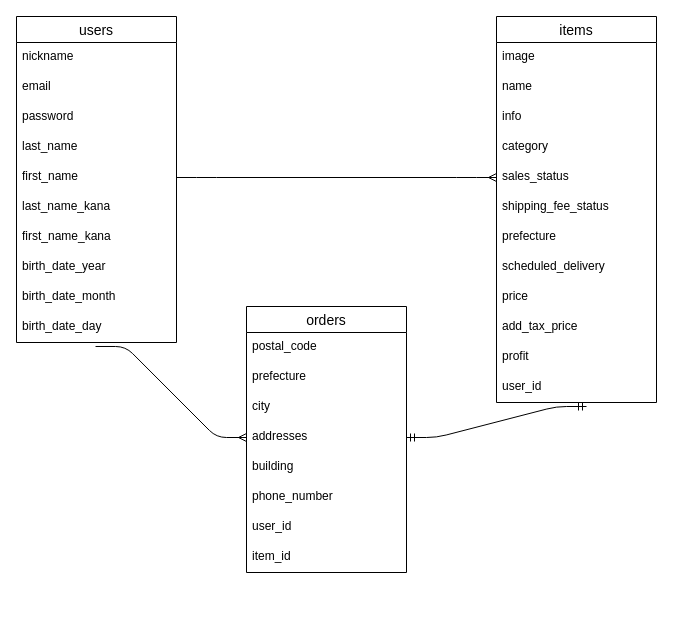
This is er.dio from 24moto/furima-38867, a draw.io file, before an edit. Source tidied: cells renumbered, new cells numbered last; positions are measured from the earlier drawing's top-left corner, leaving out a move shared by most shapes. Both pictures are drawn from the tidied source at 100%, with x=0, y=0 at pixel (16, 16).
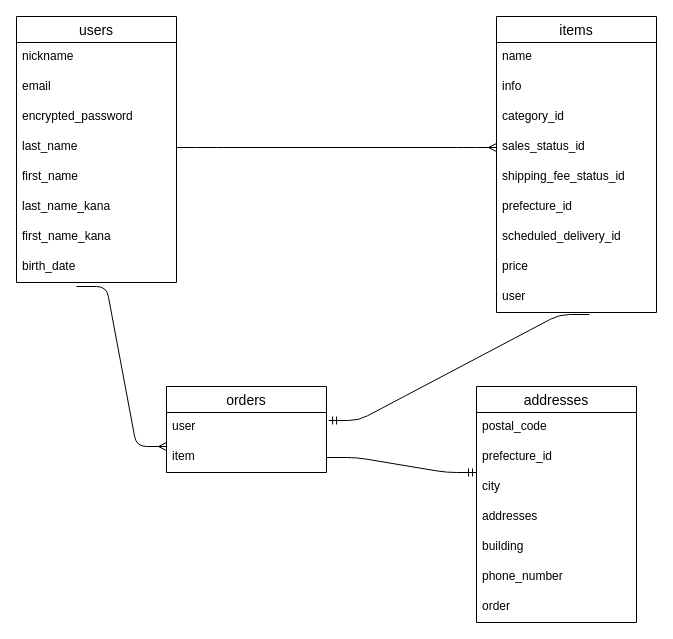
The same page after the edit.

Unchanged cells that the change refers to:
```xml
<mxCell id="6" value="last_name" style="text;strokeColor=none;fillColor=none;spacingLeft=4;spacingRight=4;overflow=hidden;points=[[0,0.5],[1,0.5]];portConstraint=eastwest;fontSize=12;" parent="2" vertex="1">
  <mxGeometry y="116" width="160" height="30" as="geometry" />
</mxCell>
<mxCell id="7" value="first_name" style="text;strokeColor=none;fillColor=none;spacingLeft=4;spacingRight=4;overflow=hidden;points=[[0,0.5],[1,0.5]];portConstraint=eastwest;fontSize=12;" parent="2" vertex="1">
  <mxGeometry y="146" width="160" height="30" as="geometry" />
</mxCell>
```

Change to the diagram source:
```diff
@@
     <mxCell id="2" value="users" style="swimlane;fontStyle=0;horizontal=1;startSize=26;align=center;fontSize=14;" parent="1" vertex="1">
-      <mxGeometry width="160" height="326" as="geometry" />
+      <mxGeometry width="160" height="266" as="geometry" />
     </mxCell>
@@
-    <mxCell id="5" value="password" style="text;strokeColor=none;fillColor=none;spacingLeft=4;spacingRight=4;overflow=hidden;fontSize=12;" parent="2" vertex="1">
+    <mxCell id="5" value="encrypted_password" style="text;strokeColor=none;fillColor=none;spacingLeft=4;spacingRight=4;overflow=hidden;fontSize=12;" parent="2" vertex="1">
       <mxGeometry y="86" width="160" height="30" as="geometry" />
     </mxCell>
@@
-    <mxCell id="10" value="birth_date_year" style="text;strokeColor=none;fillColor=none;spacingLeft=4;spacingRight=4;overflow=hidden;fontSize=12;" parent="2" vertex="1">
+    <mxCell id="10" value="birth_date" style="text;strokeColor=none;fillColor=none;spacingLeft=4;spacingRight=4;overflow=hidden;fontSize=12;" parent="2" vertex="1">
       <mxGeometry y="236" width="160" height="30" as="geometry" />
     </mxCell>
-    <mxCell id="11" value="birth_date_month" style="text;strokeColor=none;fillColor=none;spacingLeft=4;spacingRight=4;overflow=hidden;fontSize=12;" parent="2" vertex="1">
-      <mxGeometry y="266" width="160" height="30" as="geometry" />
-    </mxCell>
-    <mxCell id="12" value="birth_date_day" style="text;strokeColor=none;fillColor=none;spacingLeft=4;spacingRight=4;overflow=hidden;points=[[0,0.5],[1,0.5]];portConstraint=eastwest;fontSize=12;" parent="2" vertex="1">
-      <mxGeometry y="296" width="160" height="30" as="geometry" />
-    </mxCell>
     <mxCell id="13" value="items" style="swimlane;fontStyle=0;horizontal=1;startSize=26;align=center;fontSize=14;" parent="1" vertex="1">
-      <mxGeometry x="480" width="160" height="386" as="geometry" />
+      <mxGeometry x="480" width="160" height="296" as="geometry" />
     </mxCell>
-    <mxCell id="14" value="image" style="text;strokeColor=none;fillColor=none;spacingLeft=4;spacingRight=4;overflow=hidden;fontSize=12;" parent="13" vertex="1">
-      <mxGeometry y="26" width="160" height="30" as="geometry" />
-    </mxCell>
     <mxCell id="15" value="name" style="text;strokeColor=none;fillColor=none;spacingLeft=4;spacingRight=4;overflow=hidden;fontSize=12;" parent="13" vertex="1">
-      <mxGeometry y="56" width="160" height="30" as="geometry" />
+      <mxGeometry y="26" width="160" height="30" as="geometry" />
     </mxCell>
     <mxCell id="16" value="info" style="text;strokeColor=none;fillColor=none;spacingLeft=4;spacingRight=4;overflow=hidden;fontSize=12;" parent="13" vertex="1">
-      <mxGeometry y="86" width="160" height="30" as="geometry" />
+      <mxGeometry y="56" width="160" height="30" as="geometry" />
     </mxCell>
-    <mxCell id="17" value="category" style="text;strokeColor=none;fillColor=none;spacingLeft=4;spacingRight=4;overflow=hidden;fontSize=12;" parent="13" vertex="1">
-      <mxGeometry y="116" width="160" height="30" as="geometry" />
+    <mxCell id="17" value="category_id" style="text;strokeColor=none;fillColor=none;spacingLeft=4;spacingRight=4;overflow=hidden;fontSize=12;" parent="13" vertex="1">
+      <mxGeometry y="86" width="160" height="30" as="geometry" />
     </mxCell>
-    <mxCell id="18" value="sales_status" style="text;strokeColor=none;fillColor=none;spacingLeft=4;spacingRight=4;overflow=hidden;points=[[0,0.5],[1,0.5]];portConstraint=eastwest;fontSize=12;" parent="13" vertex="1">
-      <mxGeometry y="146" width="160" height="30" as="geometry" />
+    <mxCell id="18" value="sales_status_id" style="text;strokeColor=none;fillColor=none;spacingLeft=4;spacingRight=4;overflow=hidden;points=[[0,0.5],[1,0.5]];portConstraint=eastwest;fontSize=12;" parent="13" vertex="1">
+      <mxGeometry y="116" width="160" height="30" as="geometry" />
     </mxCell>
-    <mxCell id="19" value="shipping_fee_status" style="text;strokeColor=none;fillColor=none;spacingLeft=4;spacingRight=4;overflow=hidden;fontSize=12;" parent="13" vertex="1">
-      <mxGeometry y="176" width="160" height="30" as="geometry" />
+    <mxCell id="19" value="shipping_fee_status_id" style="text;strokeColor=none;fillColor=none;spacingLeft=4;spacingRight=4;overflow=hidden;fontSize=12;" parent="13" vertex="1">
+      <mxGeometry y="146" width="160" height="30" as="geometry" />
     </mxCell>
-    <mxCell id="20" value="prefecture" style="text;strokeColor=none;fillColor=none;spacingLeft=4;spacingRight=4;overflow=hidden;fontSize=12;" parent="13" vertex="1">
-      <mxGeometry y="206" width="160" height="30" as="geometry" />
+    <mxCell id="20" value="prefecture_id" style="text;strokeColor=none;fillColor=none;spacingLeft=4;spacingRight=4;overflow=hidden;fontSize=12;" parent="13" vertex="1">
+      <mxGeometry y="176" width="160" height="30" as="geometry" />
     </mxCell>
-    <mxCell id="21" value="scheduled_delivery" style="text;strokeColor=none;fillColor=none;spacingLeft=4;spacingRight=4;overflow=hidden;fontSize=12;" parent="13" vertex="1">
-      <mxGeometry y="236" width="160" height="30" as="geometry" />
+    <mxCell id="21" value="scheduled_delivery_id" style="text;strokeColor=none;fillColor=none;spacingLeft=4;spacingRight=4;overflow=hidden;fontSize=12;" parent="13" vertex="1">
+      <mxGeometry y="206" width="160" height="30" as="geometry" />
     </mxCell>
     <mxCell id="22" value="price" style="text;strokeColor=none;fillColor=none;spacingLeft=4;spacingRight=4;overflow=hidden;fontSize=12;" parent="13" vertex="1">
-      <mxGeometry y="266" width="160" height="30" as="geometry" />
+      <mxGeometry y="236" width="160" height="30" as="geometry" />
     </mxCell>
-    <mxCell id="23" value="add_tax_price" style="text;strokeColor=none;fillColor=none;spacingLeft=4;spacingRight=4;overflow=hidden;fontSize=12;" parent="13" vertex="1">
-      <mxGeometry y="296" width="160" height="30" as="geometry" />
-    </mxCell>
-    <mxCell id="24" value="profit" style="text;strokeColor=none;fillColor=none;spacingLeft=4;spacingRight=4;overflow=hidden;fontSize=12;" parent="13" vertex="1">
-      <mxGeometry y="326" width="160" height="30" as="geometry" />
-    </mxCell>
-    <mxCell id="25" value="user_id" style="text;strokeColor=none;fillColor=none;spacingLeft=4;spacingRight=4;overflow=hidden;points=[[0,0.5],[1,0.5]];portConstraint=eastwest;fontSize=12;" parent="13" vertex="1">
-      <mxGeometry y="356" width="160" height="30" as="geometry" />
+    <mxCell id="25" value="user" style="text;strokeColor=none;fillColor=none;spacingLeft=4;spacingRight=4;overflow=hidden;points=[[0,0.5],[1,0.5]];portConstraint=eastwest;fontSize=12;" parent="13" vertex="1">
+      <mxGeometry y="266" width="160" height="30" as="geometry" />
     </mxCell>
     <mxCell id="26" value="orders" style="swimlane;fontStyle=0;horizontal=1;startSize=26;align=center;fontSize=14;" parent="1" vertex="1">
-      <mxGeometry x="230" y="290" width="160" height="266" as="geometry" />
+      <mxGeometry x="150" y="370" width="160" height="86" as="geometry" />
     </mxCell>
+    <mxCell id="33" value="user" style="text;strokeColor=none;fillColor=none;spacingLeft=4;spacingRight=4;overflow=hidden;points=[[0,0.5],[1,0.5]];portConstraint=eastwest;fontSize=12;" parent="26" vertex="1">
+      <mxGeometry y="26" width="160" height="30" as="geometry" />
+    </mxCell>
+    <mxCell id="34" value="item&#10;" style="text;strokeColor=none;fillColor=none;spacingLeft=4;spacingRight=4;overflow=hidden;points=[[0,0.5],[1,0.5]];portConstraint=eastwest;fontSize=12;" parent="26" vertex="1">
+      <mxGeometry y="56" width="160" height="30" as="geometry" />
+    </mxCell>
+    <mxCell id="35" style="edgeStyle=entityRelationEdgeStyle;fontSize=12;html=1;endArrow=ERmany;exitX=1;exitY=0.5;exitDx=0;exitDy=0;entryX=0;entryY=0.5;entryDx=0;entryDy=0;" parent="1" edge="1" source="6" target="18">
+      <mxGeometry relative="1" as="geometry" />
+    </mxCell>
+    <mxCell id="36" style="edgeStyle=entityRelationEdgeStyle;fontSize=12;html=1;endArrow=ERmany;" parent="1" edge="1">
+      <mxGeometry relative="1" as="geometry">
+        <mxPoint x="60" y="270" as="sourcePoint" />
+        <mxPoint x="150" y="430" as="targetPoint" />
+      </mxGeometry>
+    </mxCell>
+    <mxCell id="38" value="addresses" style="swimlane;fontStyle=0;horizontal=1;startSize=26;align=center;fontSize=14;" parent="1" vertex="1">
+      <mxGeometry x="460" y="370" width="160" height="236" as="geometry" />
+    </mxCell>
-    <mxCell id="27" value="postal_code" style="text;strokeColor=none;fillColor=none;spacingLeft=4;spacingRight=4;overflow=hidden;fontSize=12;" parent="26" vertex="1">
+    <mxCell id="27" value="postal_code" style="text;strokeColor=none;fillColor=none;spacingLeft=4;spacingRight=4;overflow=hidden;fontSize=12;" parent="38" vertex="1">
       <mxGeometry y="26" width="160" height="30" as="geometry" />
     </mxCell>
-    <mxCell id="28" value="prefecture" style="text;strokeColor=none;fillColor=none;spacingLeft=4;spacingRight=4;overflow=hidden;fontSize=12;" parent="26" vertex="1">
+    <mxCell id="28" value="prefecture_id" style="text;strokeColor=none;fillColor=none;spacingLeft=4;spacingRight=4;overflow=hidden;fontSize=12;" parent="38" vertex="1">
       <mxGeometry y="56" width="160" height="30" as="geometry" />
     </mxCell>
-    <mxCell id="29" value="city" style="text;strokeColor=none;fillColor=none;spacingLeft=4;spacingRight=4;overflow=hidden;fontSize=12;" parent="26" vertex="1">
+    <mxCell id="29" value="city" style="text;strokeColor=none;fillColor=none;spacingLeft=4;spacingRight=4;overflow=hidden;fontSize=12;" parent="38" vertex="1">
       <mxGeometry y="86" width="160" height="30" as="geometry" />
     </mxCell>
-    <mxCell id="30" value="addresses" style="text;strokeColor=none;fillColor=none;spacingLeft=4;spacingRight=4;overflow=hidden;points=[[0,0.5],[1,0.5]];portConstraint=eastwest;fontSize=12;" parent="26" vertex="1">
+    <mxCell id="30" value="addresses" style="text;strokeColor=none;fillColor=none;spacingLeft=4;spacingRight=4;overflow=hidden;points=[[0,0.5],[1,0.5]];portConstraint=eastwest;fontSize=12;" parent="38" vertex="1">
       <mxGeometry y="116" width="160" height="30" as="geometry" />
     </mxCell>
-    <mxCell id="31" value="building" style="text;strokeColor=none;fillColor=none;spacingLeft=4;spacingRight=4;overflow=hidden;fontSize=12;" parent="26" vertex="1">
+    <mxCell id="31" value="building" style="text;strokeColor=none;fillColor=none;spacingLeft=4;spacingRight=4;overflow=hidden;fontSize=12;" parent="38" vertex="1">
       <mxGeometry y="146" width="160" height="30" as="geometry" />
     </mxCell>
-    <mxCell id="32" value="phone_number" style="text;strokeColor=none;fillColor=none;spacingLeft=4;spacingRight=4;overflow=hidden;fontSize=12;" parent="26" vertex="1">
+    <mxCell id="32" value="phone_number" style="text;strokeColor=none;fillColor=none;spacingLeft=4;spacingRight=4;overflow=hidden;fontSize=12;" parent="38" vertex="1">
       <mxGeometry y="176" width="160" height="30" as="geometry" />
     </mxCell>
-    <mxCell id="33" value="user_id" style="text;strokeColor=none;fillColor=none;spacingLeft=4;spacingRight=4;overflow=hidden;points=[[0,0.5],[1,0.5]];portConstraint=eastwest;fontSize=12;" parent="26" vertex="1">
-      <mxGeometry y="206" width="160" height="30" as="geometry" />
-    </mxCell>
-    <mxCell id="34" value="item_id" style="text;strokeColor=none;fillColor=none;spacingLeft=4;spacingRight=4;overflow=hidden;points=[[0,0.5],[1,0.5]];portConstraint=eastwest;fontSize=12;" parent="26" vertex="1">
-      <mxGeometry y="236" width="160" height="30" as="geometry" />
-    </mxCell>
-    <mxCell id="35" style="edgeStyle=entityRelationEdgeStyle;fontSize=12;html=1;endArrow=ERmany;exitX=1;exitY=0.5;exitDx=0;exitDy=0;entryX=0;entryY=0.5;entryDx=0;entryDy=0;" parent="1" edge="1" source="7" target="18">
-      <mxGeometry relative="1" as="geometry" />
-    </mxCell>
-    <mxCell id="36" style="edgeStyle=entityRelationEdgeStyle;fontSize=12;html=1;endArrow=ERmany;entryX=0;entryY=0.5;entryDx=0;entryDy=0;exitX=0.494;exitY=1.133;exitDx=0;exitDy=0;exitPerimeter=0;" parent="1" edge="1" source="12" target="30">
-      <mxGeometry relative="1" as="geometry" />
-    </mxCell>
-    <mxCell id="37" style="edgeStyle=entityRelationEdgeStyle;fontSize=12;html=1;endArrow=ERmandOne;startArrow=ERmandOne;exitX=1;exitY=0.5;exitDx=0;exitDy=0;" parent="1" edge="1" source="30">
-      <mxGeometry relative="1" as="geometry">
-        <mxPoint x="570" y="390" as="targetPoint" />
-      </mxGeometry>
-    </mxCell>
+    <mxCell id="39" value="order" style="text;strokeColor=none;fillColor=none;spacingLeft=4;spacingRight=4;overflow=hidden;fontSize=12;" parent="38" vertex="1">
+      <mxGeometry y="206" width="160" height="30" as="geometry" />
+    </mxCell>
+    <mxCell id="40" style="edgeStyle=entityRelationEdgeStyle;fontSize=12;html=1;endArrow=ERmandOne;exitX=1;exitY=0.5;exitDx=0;exitDy=0;" parent="1" edge="1" source="34">
+      <mxGeometry relative="1" as="geometry">
+        <mxPoint x="460" y="456" as="targetPoint" />
+      </mxGeometry>
+    </mxCell>
+    <mxCell id="41" style="edgeStyle=entityRelationEdgeStyle;fontSize=12;html=1;endArrow=ERmandOne;entryX=1.013;entryY=0.267;entryDx=0;entryDy=0;entryPerimeter=0;exitX=0.581;exitY=1.067;exitDx=0;exitDy=0;exitPerimeter=0;" parent="1" edge="1" source="25" target="33">
+      <mxGeometry relative="1" as="geometry" />
+    </mxCell>
```
